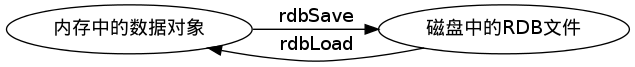
This is internal/image/persistent.png from huangzworks/redisbook, a Graphviz export, as it was before one commit. Its source is kept beside it as internal/image/persistent.dot.
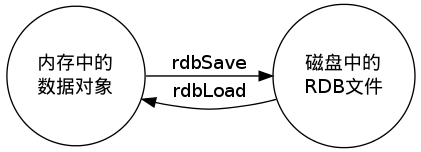
The same diagram one commit later.

What changed in the source:
```diff
@@ -2,9 +2,11 @@
 
     rankdir = LR;
 
-    redis_object [label = "内存中的数据对象"];
+    node [shape = circle];
 
-    rdb [label = "磁盘中的RDB文件"];
+    redis_object [label = "内存中的\n数据对象"];
+
+    rdb [label = "磁盘中的\nRDB文件"];
 
     redis_object -> rdb [label = "rdbSave"];
 
```
